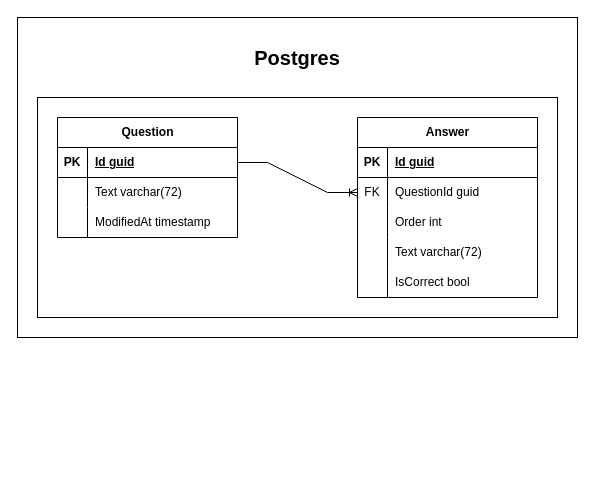
tymoteusz-merito-80350/merito.quiz keeps this draw.io diagram as diagrams/erd.drawio. Above is the earlier version. Source tidied: cells renumbered, new cells numbered last; positions are measured from the earlier drawing's top-left corner, leaving out a move shared by most shapes. Both pictures are drawn from the tidied source at 100%, with x=0, y=0 at pixel (17, 17).
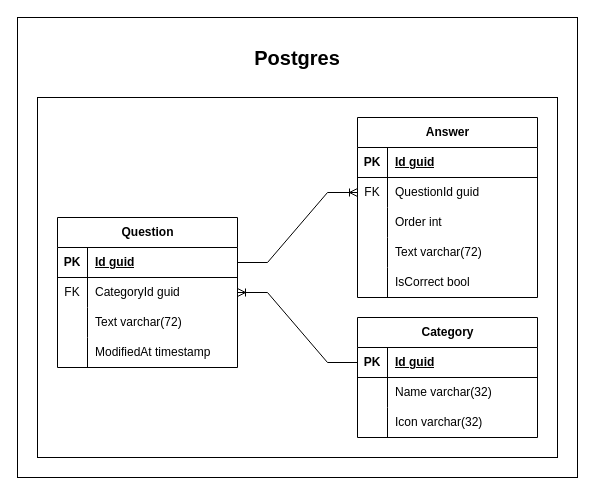
The same page after the edit.

The edit, as a diff of the source:
```diff
@@
     <mxCell id="2" style="rounded=0;whiteSpace=wrap;html=1;" parent="1" vertex="1">
-      <mxGeometry width="560" height="320" as="geometry" />
+      <mxGeometry width="560" height="460" as="geometry" />
     </mxCell>
     <mxCell id="3" style="rounded=0;whiteSpace=wrap;html=1;" parent="1" vertex="1">
-      <mxGeometry x="20" y="80" width="520" height="220" as="geometry" />
+      <mxGeometry x="20" y="80" width="520" height="360" as="geometry" />
     </mxCell>
@@
     <mxCell id="5" value="Question" style="shape=table;startSize=30;childLayout=tableLayout;rowLines=0;fontStyle=1;align=center;html=1;" parent="1" vertex="1">
-      <mxGeometry x="40" y="100" width="180" height="120" as="geometry" />
+      <mxGeometry x="40" y="200" width="180" height="150" as="geometry" />
     </mxCell>
@@
+    <mxCell id="32" style="shape=tableRow;horizontal=0;startSize=0;swimlaneHead=0;swimlaneBody=0;fillColor=none;points=[[0,0.5],[1,0.5]];portConstraint=eastwest;top=0;left=0;right=0;bottom=0;" parent="5" vertex="1">
+      <mxGeometry y="60" width="180" height="30" as="geometry" />
+    </mxCell>
+    <mxCell id="33" value="FK" style="shape=partialRectangle;fillColor=none;top=0;left=0;bottom=0;right=0;overflow=hidden;whiteSpace=wrap;html=1;" parent="32" vertex="1">
+      <mxGeometry width="30" height="30" as="geometry" />
+    </mxCell>
+    <mxCell id="34" value="CategoryId guid" style="shape=partialRectangle;fillColor=none;top=0;left=0;bottom=0;right=0;align=left;spacingLeft=6;overflow=hidden;whiteSpace=wrap;html=1;" parent="32" vertex="1">
+      <mxGeometry x="30" width="150" height="30" as="geometry" />
+    </mxCell>
     <mxCell id="9" style="shape=tableRow;horizontal=0;startSize=0;swimlaneHead=0;swimlaneBody=0;fillColor=none;top=0;left=0;right=0;bottom=0;" parent="5" vertex="1">
-      <mxGeometry y="60" width="180" height="30" as="geometry" />
+      <mxGeometry y="90" width="180" height="30" as="geometry" />
     </mxCell>
@@
     <mxCell id="12" style="shape=tableRow;horizontal=0;startSize=0;swimlaneHead=0;swimlaneBody=0;fillColor=none;top=0;left=0;right=0;bottom=0;" parent="5" vertex="1">
-      <mxGeometry y="90" width="180" height="30" as="geometry" />
+      <mxGeometry y="120" width="180" height="30" as="geometry" />
     </mxCell>
@@
+    <mxCell id="35" value="Category" style="shape=table;startSize=30;childLayout=tableLayout;rowLines=0;fontStyle=1;align=center;html=1;" parent="1" vertex="1">
+      <mxGeometry x="340" y="300" width="180" height="120" as="geometry" />
+    </mxCell>
+    <mxCell id="36" style="shape=tableRow;horizontal=0;startSize=0;swimlaneHead=0;swimlaneBody=0;fillColor=none;points=[[0,0.5],[1,0.5]];portConstraint=eastwest;top=0;left=0;right=0;bottom=1;" parent="35" vertex="1">
+      <mxGeometry y="30" width="180" height="30" as="geometry" />
+    </mxCell>
+    <mxCell id="37" value="PK" style="shape=partialRectangle;fillColor=none;top=0;left=0;bottom=0;right=0;fontStyle=1;overflow=hidden;whiteSpace=wrap;html=1;" parent="36" vertex="1">
+      <mxGeometry width="30" height="30" as="geometry" />
+    </mxCell>
+    <mxCell id="38" value="Id guid" style="shape=partialRectangle;fillColor=none;top=0;left=0;bottom=0;right=0;align=left;spacingLeft=6;fontStyle=5;overflow=hidden;whiteSpace=wrap;html=1;" parent="36" vertex="1">
+      <mxGeometry x="30" width="150" height="30" as="geometry" />
+    </mxCell>
+    <mxCell id="39" style="shape=tableRow;horizontal=0;startSize=0;swimlaneHead=0;swimlaneBody=0;fillColor=none;top=0;left=0;right=0;bottom=0;" parent="35" vertex="1">
+      <mxGeometry y="60" width="180" height="30" as="geometry" />
+    </mxCell>
+    <mxCell id="40" style="shape=partialRectangle;fillColor=none;top=0;left=0;bottom=0;right=0;overflow=hidden;whiteSpace=wrap;html=1;" parent="39" vertex="1">
+      <mxGeometry width="30" height="30" as="geometry" />
+    </mxCell>
+    <mxCell id="41" value="Name varchar(32)" style="shape=partialRectangle;fillColor=none;top=0;left=0;bottom=0;right=0;align=left;spacingLeft=6;overflow=hidden;whiteSpace=wrap;html=1;" parent="39" vertex="1">
+      <mxGeometry x="30" width="150" height="30" as="geometry" />
+    </mxCell>
+    <mxCell id="42" style="shape=tableRow;horizontal=0;startSize=0;swimlaneHead=0;swimlaneBody=0;fillColor=none;top=0;left=0;right=0;bottom=0;" parent="35" vertex="1">
+      <mxGeometry y="90" width="180" height="30" as="geometry" />
+    </mxCell>
+    <mxCell id="43" style="shape=partialRectangle;fillColor=none;top=0;left=0;bottom=0;right=0;overflow=hidden;whiteSpace=wrap;html=1;" parent="42" vertex="1">
+      <mxGeometry width="30" height="30" as="geometry" />
+    </mxCell>
+    <mxCell id="44" value="Icon varchar(32)" style="shape=partialRectangle;fillColor=none;top=0;left=0;bottom=0;right=0;align=left;spacingLeft=6;overflow=hidden;whiteSpace=wrap;html=1;" parent="42" vertex="1">
+      <mxGeometry x="30" width="150" height="30" as="geometry" />
+    </mxCell>
+    <mxCell id="45" style="edgeStyle=entityRelationEdgeStyle;fontSize=12;html=1;endArrow=ERoneToMany;rounded=0;entryX=1;entryY=0.5;entryDx=0;entryDy=0;exitX=0;exitY=0.5;exitDx=0;exitDy=0;" parent="1" edge="1" source="36" target="32">
+      <mxGeometry relative="1" as="geometry" />
+    </mxCell>
```
